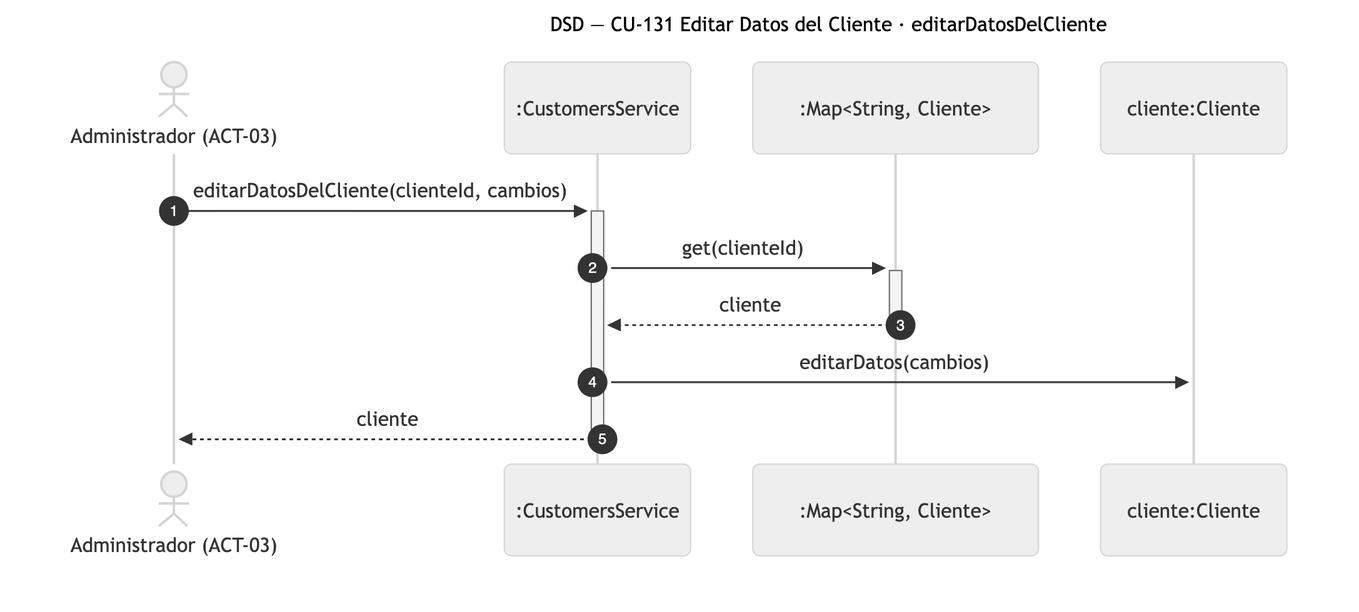
Before: diagramas/png/DSD_CU-131_editarDatosDelCliente.png, a diagram exported from Mermaid (Nahuelito-Dev/splg-docs). Its source is kept beside it as diagramas/DSD_CU-131_editarDatosDelCliente.mmd. The source it was exported from:
```mermaid
sequenceDiagram
    title DSD — CU-131 Editar Datos del Cliente · editarDatosDelCliente
    autonumber
    actor ADM as Administrador (ACT-03)
    participant SRV as :CustomersService
    participant COL as :Map#lt;String, Cliente#gt;
    participant CLE as cliente:Cliente

    ADM->>+SRV: editarDatosDelCliente(clienteId, cambios)
    SRV->>+COL: get(clienteId)
    COL-->>-SRV: cliente
    SRV->>CLE: editarDatos(cambios)
    SRV-->>-ADM: cliente
```
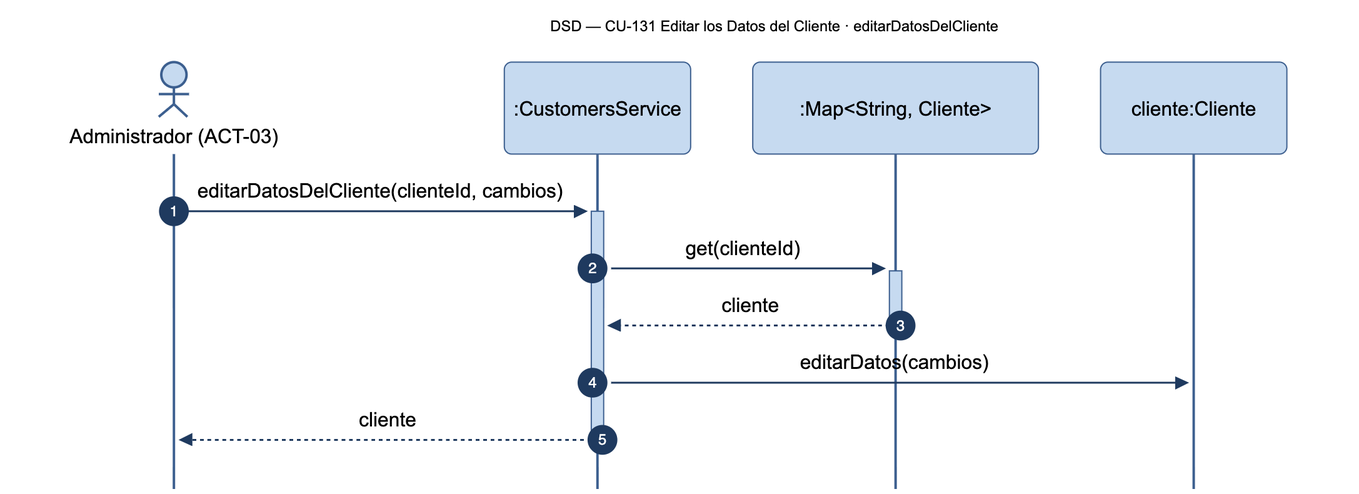
The same file after the commit.

Diff of the diagram source:
```diff
@@ -1,5 +1,5 @@
 sequenceDiagram
-    title DSD — CU-131 Editar Datos del Cliente · editarDatosDelCliente
+    title DSD — CU-131 Editar los Datos del Cliente · editarDatosDelCliente
     autonumber
     actor ADM as Administrador (ACT-03)
     participant SRV as :CustomersService
```
